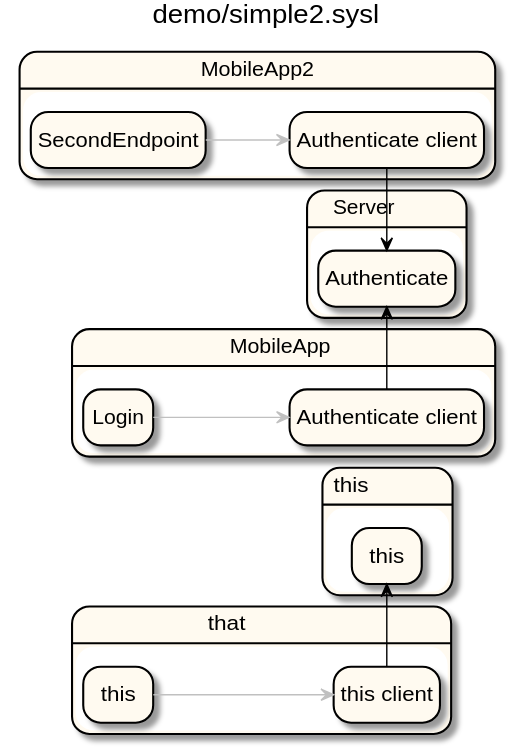
anz-bank/sysl-catalog keeps this PlantUML diagram as docs/integrationepa.svg. Above is the earlier version. Source of this version:
```plantuml
@startuml


title demo/simple2.sysl
left to right direction
scale max 16384 height
hide empty description
skinparam state {
  BackgroundColor FloralWhite
  BorderColor Black
  ArrowColor Crimson
}
state "MobileApp" as X_0 <<highlight>> {
  state "Authenticate client" as _0 <<highlight>>
  state "Login" as _1 <<highlight>>
}
state "MobileApp2" as X_1 <<highlight>> {
  state "Authenticate client" as _2 <<highlight>>
  state "SecondEndpoint" as _3 <<highlight>>
}
state "Server" as X_2 <<highlight>> {
  state "Authenticate" as _4 <<highlight>>
}
state "that" as X_3 <<highlight>> {
  state "this" as _5 <<highlight>>
  state "this client" as _6 <<highlight>>
}
state "this" as X_4 <<highlight>> {
  state "this" as _7 <<highlight>>
}
_5 -[#silver]-> _6
_6 -[#black]> _7
_1 -[#silver]-> _0
_0 -[#black]> _4
_3 -[#silver]-> _2
_2 -[#black]> _4
@enduml
```
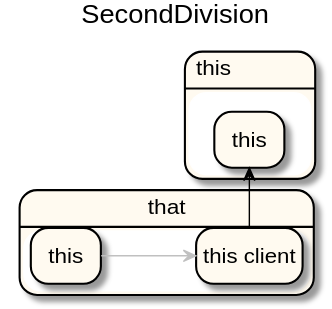
After the change.

Change to the diagram source:
```diff
@@ -1,7 +1,7 @@
 @startuml
 
 
-title demo/simple2.sysl
+title SecondDivision
 left to right direction
 scale max 16384 height
 hide empty description
@@ -10,28 +10,13 @@
   BorderColor Black
   ArrowColor Crimson
 }
-state "MobileApp" as X_0 <<highlight>> {
-  state "Authenticate client" as _0 <<highlight>>
-  state "Login" as _1 <<highlight>>
+state "that" as X_0 {
+  state "this" as _0
+  state "this client" as _1
 }
-state "MobileApp2" as X_1 <<highlight>> {
-  state "Authenticate client" as _2 <<highlight>>
-  state "SecondEndpoint" as _3 <<highlight>>
+state "this" as X_1 <<highlight>> {
+  state "this" as _2 <<highlight>>
 }
-state "Server" as X_2 <<highlight>> {
-  state "Authenticate" as _4 <<highlight>>
-}
-state "that" as X_3 <<highlight>> {
-  state "this" as _5 <<highlight>>
-  state "this client" as _6 <<highlight>>
-}
-state "this" as X_4 <<highlight>> {
-  state "this" as _7 <<highlight>>
-}
-_5 -[#silver]-> _6
-_6 -[#black]> _7
-_1 -[#silver]-> _0
-_0 -[#black]> _4
-_3 -[#silver]-> _2
-_2 -[#black]> _4
+_0 -[#silver]-> _1
+_1 -[#black]> _2
 @enduml
```
